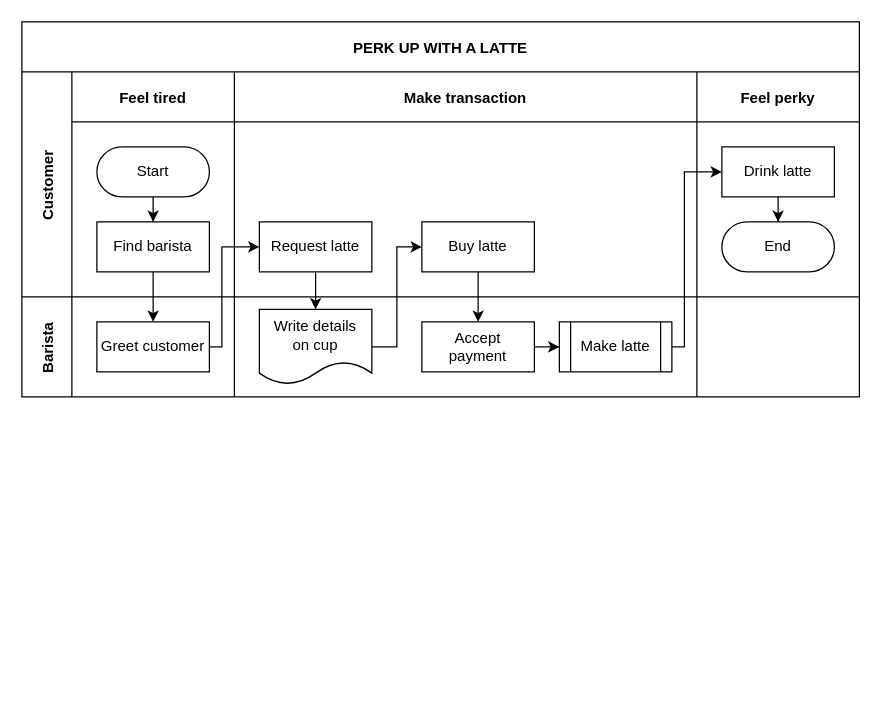
Above: Untitled Diagram.drawio in linearproblem/FYP (draw.io), before the change. Source tidied: cells renumbered, new cells numbered last; positions are measured from the earlier drawing's top-left corner, leaving out a move shared by most shapes. Both pictures are drawn from the tidied source at 125%, with x=0, y=0 at pixel (21, 21).
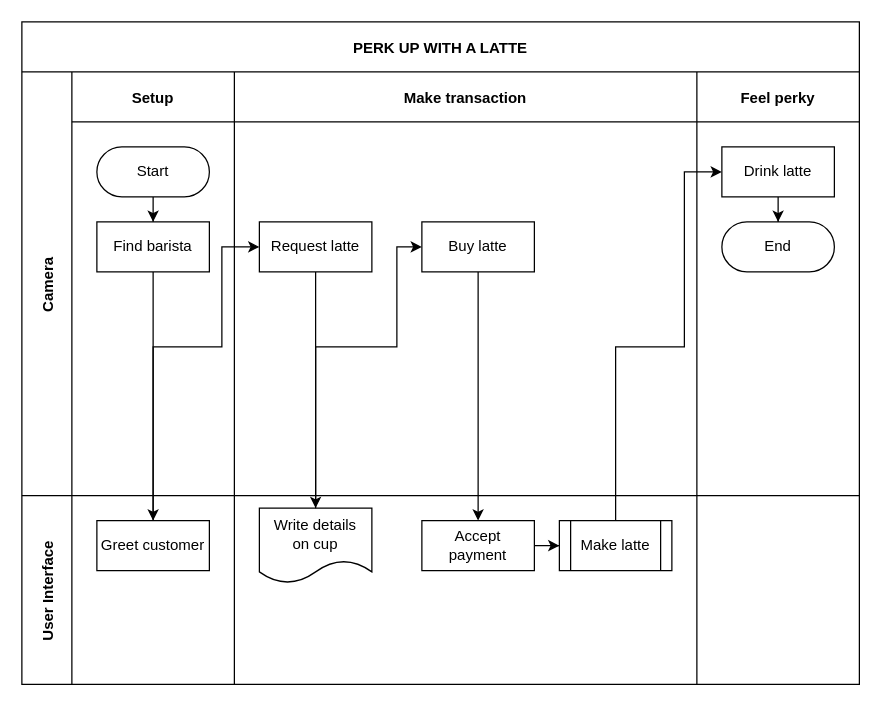
After the change.

The edit, as a diff of the source:
```diff
@@
     <mxCell id="2" value="PERK UP WITH A LATTE" style="shape=table;childLayout=tableLayout;startSize=40;fillColor=none;fontStyle=1;" parent="1" vertex="1">
-      <mxGeometry width="670" height="300" as="geometry" />
+      <mxGeometry width="670" height="530" as="geometry" />
     </mxCell>
@@
-    <mxCell id="4" value="Customer" style="shape=tableRow;horizontal=0;swimlaneHead=0;swimlaneBody=0;top=0;left=0;bottom=0;right=0;fillColor=none;startSize=40;fontStyle=1;" parent="2" vertex="1">
-      <mxGeometry y="40" width="670" height="180" as="geometry" />
+    <mxCell id="4" value="Camera" style="shape=tableRow;horizontal=0;swimlaneHead=0;swimlaneBody=0;top=0;left=0;bottom=0;right=0;fillColor=none;startSize=40;fontStyle=1;" parent="2" vertex="1">
+      <mxGeometry y="40" width="670" height="339" as="geometry" />
     </mxCell>
-    <mxCell id="5" value="Feel tired" style="swimlane;swimlaneHead=0;swimlaneBody=0;fillColor=none;startSize=40;fontStyle=1;" parent="4" vertex="1">
-      <mxGeometry x="40" width="130" height="180" as="geometry" />
+    <mxCell id="5" value="Setup" style="swimlane;swimlaneHead=0;swimlaneBody=0;fillColor=none;startSize=40;fontStyle=1;" parent="4" vertex="1">
+      <mxGeometry x="40" width="130" height="339" as="geometry" />
     </mxCell>
@@
     <mxCell id="9" value="Make transaction" style="swimlane;swimlaneHead=0;swimlaneBody=0;fillColor=none;startSize=40;fontStyle=1;" parent="4" vertex="1">
-      <mxGeometry x="170" width="370" height="180" as="geometry" />
+      <mxGeometry x="170" width="370" height="339" as="geometry" />
     </mxCell>
@@
     <mxCell id="12" value="Feel perky" style="swimlane;swimlaneHead=0;swimlaneBody=0;fillColor=none;startSize=40;fontStyle=1;" parent="4" vertex="1">
-      <mxGeometry x="540" width="130" height="180" as="geometry" />
+      <mxGeometry x="540" width="130" height="339" as="geometry" />
     </mxCell>
@@
-    <mxCell id="16" value="Barista" style="shape=tableRow;horizontal=0;swimlaneHead=0;swimlaneBody=0;top=0;left=0;bottom=0;right=0;fillColor=none;startSize=40;fontStyle=1;" parent="2" vertex="1">
-      <mxGeometry y="220" width="670" height="80" as="geometry" />
+    <mxCell id="16" value="User Interface" style="shape=tableRow;horizontal=0;swimlaneHead=0;swimlaneBody=0;top=0;left=0;bottom=0;right=0;fillColor=none;startSize=40;fontStyle=1;" parent="2" vertex="1">
+      <mxGeometry y="379" width="670" height="151" as="geometry" />
     </mxCell>
     <mxCell id="17" style="swimlane;swimlaneHead=0;swimlaneBody=0;fillColor=none;startSize=0;fontStyle=1;" parent="16" vertex="1">
-      <mxGeometry x="40" width="130" height="80" as="geometry" />
+      <mxGeometry x="40" width="130" height="151" as="geometry" />
     </mxCell>
@@
     <mxCell id="19" style="swimlane;swimlaneHead=0;swimlaneBody=0;fillColor=none;startSize=0;fontStyle=1;" parent="16" vertex="1">
-      <mxGeometry x="170" width="370" height="80" as="geometry" />
+      <mxGeometry x="170" width="370" height="151" as="geometry" />
     </mxCell>
@@
     <mxCell id="24" style="swimlane;swimlaneHead=0;swimlaneBody=0;fillColor=none;startSize=0;fontStyle=1;" parent="16" vertex="1">
-      <mxGeometry x="540" width="130" height="80" as="geometry" />
+      <mxGeometry x="540" width="130" height="151" as="geometry" />
     </mxCell>
```
